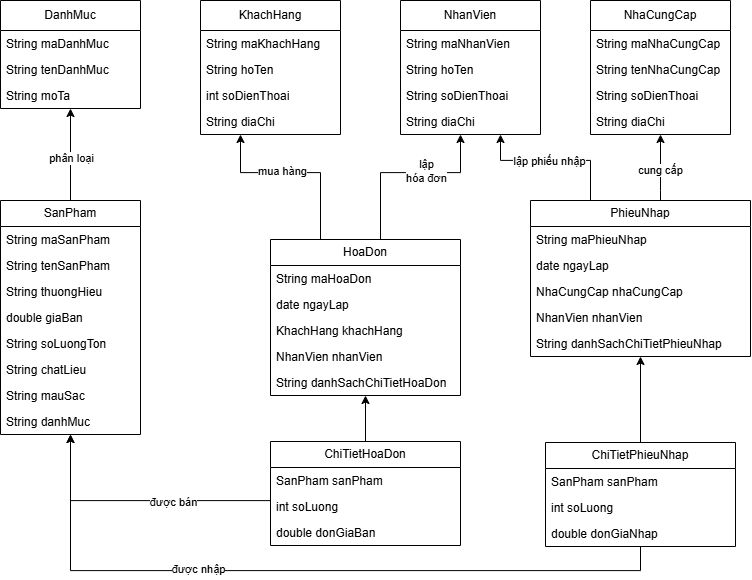
Earlier version of the draw.io export images/class-diagram.png (Mut2407/oop-k22-26). Source tidied: cells renumbered, new cells last; positions are measured from the earlier drawing's top-left corner, leaving out a move shared by most shapes.
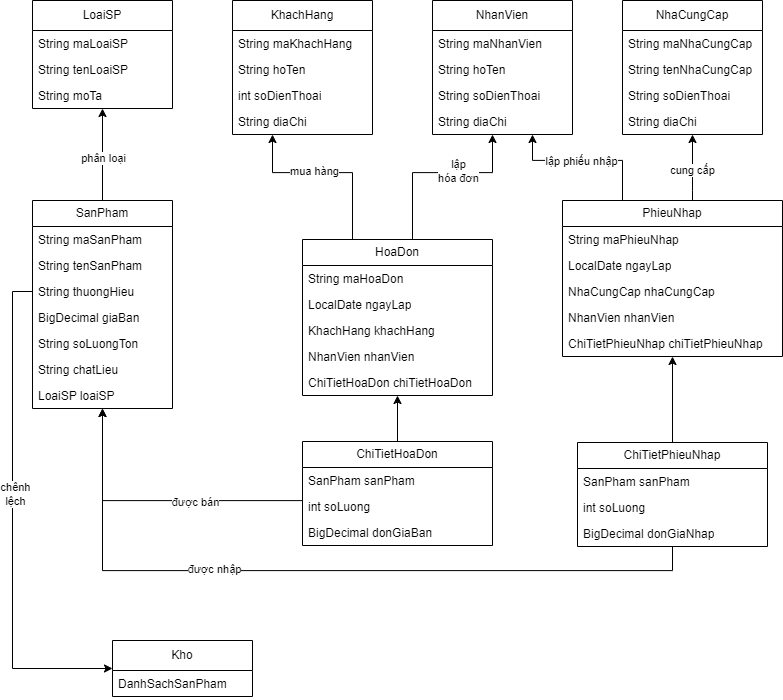
The same diagram one commit later.

What changed in the source:
```diff
@@ -11,7 +11,7 @@
       </mxGeometry>
     </mxCell>
     <mxCell id="4" value="SanPham" style="swimlane;fontStyle=0;horizontal=1;startSize=26;fillColor=none;whiteSpace=wrap;html=1;" parent="1" vertex="1">
-      <mxGeometry y="200" width="140" height="234" as="geometry" />
+      <mxGeometry y="200" width="140" height="208" as="geometry" />
     </mxCell>
     <mxCell id="5" value="String maSanPham" style="text;strokeColor=none;fillColor=none;align=left;verticalAlign=top;spacingLeft=4;spacingRight=4;overflow=hidden;whiteSpace=wrap;html=1;" parent="4" vertex="1">
       <mxGeometry y="26" width="140" height="26" as="geometry" />
@@ -22,7 +22,7 @@
     <mxCell id="7" value="String thuongHieu" style="text;strokeColor=none;fillColor=none;align=left;verticalAlign=top;spacingLeft=4;spacingRight=4;overflow=hidden;points=[[0,0.5],[1,0.5]];portConstraint=eastwest;whiteSpace=wrap;html=1;" parent="4" vertex="1">
       <mxGeometry y="78" width="140" height="26" as="geometry" />
     </mxCell>
-    <mxCell id="8" value="double giaBan" style="text;strokeColor=none;fillColor=none;align=left;verticalAlign=top;spacingLeft=4;spacingRight=4;overflow=hidden;whiteSpace=wrap;html=1;" parent="4" vertex="1">
+    <mxCell id="8" value="BigDecimal giaBan" style="text;strokeColor=none;fillColor=none;align=left;verticalAlign=top;spacingLeft=4;spacingRight=4;overflow=hidden;whiteSpace=wrap;html=1;" parent="4" vertex="1">
       <mxGeometry y="104" width="140" height="26" as="geometry" />
     </mxCell>
     <mxCell id="9" value="String soLuongTon" style="text;strokeColor=none;fillColor=none;align=left;verticalAlign=top;spacingLeft=4;spacingRight=4;overflow=hidden;whiteSpace=wrap;html=1;" parent="4" vertex="1">
@@ -31,19 +31,16 @@
     <mxCell id="10" value="String chatLieu" style="text;strokeColor=none;fillColor=none;align=left;verticalAlign=top;spacingLeft=4;spacingRight=4;overflow=hidden;whiteSpace=wrap;html=1;" parent="4" vertex="1">
       <mxGeometry y="156" width="140" height="26" as="geometry" />
     </mxCell>
-    <mxCell id="11" value="String mauSac" style="text;strokeColor=none;fillColor=none;align=left;verticalAlign=top;spacingLeft=4;spacingRight=4;overflow=hidden;whiteSpace=wrap;html=1;" parent="4" vertex="1">
-      <mxGeometry y="182" width="140" height="26" as="geometry" />
-    </mxCell>
-    <mxCell id="12" value="String danhMuc" style="text;strokeColor=none;fillColor=none;align=left;verticalAlign=top;spacingLeft=4;spacingRight=4;overflow=hidden;whiteSpace=wrap;html=1;" parent="4" vertex="1">
-      <mxGeometry y="208" width="140" height="26" as="geometry" />
+    <mxCell id="12" value="LoaiSP loaiSP" style="text;strokeColor=none;fillColor=none;align=left;verticalAlign=top;spacingLeft=4;spacingRight=4;overflow=hidden;whiteSpace=wrap;html=1;" parent="4" vertex="1">
+      <mxGeometry y="182" width="140" height="26" as="geometry" />
     </mxCell>
-    <mxCell id="13" value="DanhMuc" style="swimlane;fontStyle=0;horizontal=1;startSize=30;fillColor=none;whiteSpace=wrap;html=1;" parent="1" vertex="1">
+    <mxCell id="13" value="LoaiSP" style="swimlane;fontStyle=0;horizontal=1;startSize=30;fillColor=none;whiteSpace=wrap;html=1;" parent="1" vertex="1">
       <mxGeometry width="140" height="108" as="geometry" />
     </mxCell>
-    <mxCell id="14" value="String maDanhMuc" style="text;strokeColor=none;fillColor=none;align=left;verticalAlign=top;spacingLeft=4;spacingRight=4;overflow=hidden;whiteSpace=wrap;html=1;" parent="13" vertex="1">
+    <mxCell id="14" value="String maLoaiSP" style="text;strokeColor=none;fillColor=none;align=left;verticalAlign=top;spacingLeft=4;spacingRight=4;overflow=hidden;whiteSpace=wrap;html=1;" parent="13" vertex="1">
       <mxGeometry y="30" width="140" height="26" as="geometry" />
     </mxCell>
-    <mxCell id="15" value="String tenDanhMuc" style="text;strokeColor=none;fillColor=none;align=left;verticalAlign=top;spacingLeft=4;spacingRight=4;overflow=hidden;whiteSpace=wrap;html=1;" parent="13" vertex="1">
+    <mxCell id="15" value="String tenLoaiSP" style="text;strokeColor=none;fillColor=none;align=left;verticalAlign=top;spacingLeft=4;spacingRight=4;overflow=hidden;whiteSpace=wrap;html=1;" parent="13" vertex="1">
       <mxGeometry y="56" width="140" height="26" as="geometry" />
     </mxCell>
     <mxCell id="16" value="String moTa" style="text;strokeColor=none;fillColor=none;align=left;verticalAlign=top;spacingLeft=4;spacingRight=4;overflow=hidden;whiteSpace=wrap;html=1;" parent="13" vertex="1">
@@ -124,7 +121,7 @@
     <mxCell id="37" value="String maHoaDon" style="text;strokeColor=none;fillColor=none;align=left;verticalAlign=top;spacingLeft=4;spacingRight=4;overflow=hidden;whiteSpace=wrap;html=1;" parent="36" vertex="1">
       <mxGeometry y="26" width="190" height="26" as="geometry" />
     </mxCell>
-    <mxCell id="38" value="date ngayLap" style="text;strokeColor=none;fillColor=none;align=left;verticalAlign=top;spacingLeft=4;spacingRight=4;overflow=hidden;whiteSpace=wrap;html=1;" parent="36" vertex="1">
+    <mxCell id="38" value="LocalDate ngayLap" style="text;strokeColor=none;fillColor=none;align=left;verticalAlign=top;spacingLeft=4;spacingRight=4;overflow=hidden;whiteSpace=wrap;html=1;" parent="36" vertex="1">
       <mxGeometry y="52" width="190" height="26" as="geometry" />
     </mxCell>
     <mxCell id="39" value="KhachHang khachHang" style="text;strokeColor=none;fillColor=none;align=left;verticalAlign=top;spacingLeft=4;spacingRight=4;overflow=hidden;whiteSpace=wrap;html=1;" parent="36" vertex="1">
@@ -133,7 +130,7 @@
     <mxCell id="40" value="NhanVien nhanVien" style="text;strokeColor=none;fillColor=none;align=left;verticalAlign=top;spacingLeft=4;spacingRight=4;overflow=hidden;whiteSpace=wrap;html=1;" parent="36" vertex="1">
       <mxGeometry y="104" width="190" height="26" as="geometry" />
     </mxCell>
-    <mxCell id="41" value="String danhSachChiTietHoaDon" style="text;strokeColor=none;fillColor=none;align=left;verticalAlign=top;spacingLeft=4;spacingRight=4;overflow=hidden;whiteSpace=wrap;html=1;" parent="36" vertex="1">
+    <mxCell id="41" value="ChiTietHoaDon chiTietHoaDon" style="text;strokeColor=none;fillColor=none;align=left;verticalAlign=top;spacingLeft=4;spacingRight=4;overflow=hidden;whiteSpace=wrap;html=1;" parent="36" vertex="1">
       <mxGeometry y="130" width="190" height="26" as="geometry" />
     </mxCell>
     <mxCell id="42" style="edgeStyle=orthogonalEdgeStyle;rounded=0;jettySize=auto;html=1;" parent="1" edge="1" source="45" target="36">
@@ -158,7 +155,7 @@
     <mxCell id="47" value="int soLuong" style="text;strokeColor=none;fillColor=none;align=left;verticalAlign=top;spacingLeft=4;spacingRight=4;overflow=hidden;whiteSpace=wrap;html=1;" parent="45" vertex="1">
       <mxGeometry y="52" width="190" height="26" as="geometry" />
     </mxCell>
-    <mxCell id="48" value="double donGiaBan" style="text;strokeColor=none;fillColor=none;align=left;verticalAlign=top;spacingLeft=4;spacingRight=4;overflow=hidden;whiteSpace=wrap;html=1;" parent="45" vertex="1">
+    <mxCell id="48" value="BigDecimal donGiaBan" style="text;strokeColor=none;fillColor=none;align=left;verticalAlign=top;spacingLeft=4;spacingRight=4;overflow=hidden;whiteSpace=wrap;html=1;" parent="45" vertex="1">
       <mxGeometry y="78" width="190" height="26" as="geometry" />
     </mxCell>
     <mxCell id="49" style="edgeStyle=orthogonalEdgeStyle;rounded=0;jettySize=auto;html=1;" parent="1" edge="1" source="53" target="27">
@@ -189,7 +186,7 @@
     <mxCell id="54" value="String maPhieuNhap" style="text;strokeColor=none;fillColor=none;align=left;verticalAlign=top;spacingLeft=4;spacingRight=4;overflow=hidden;whiteSpace=wrap;html=1;" parent="53" vertex="1">
       <mxGeometry y="26" width="220" height="26" as="geometry" />
     </mxCell>
-    <mxCell id="55" value="date ngayLap" style="text;strokeColor=none;fillColor=none;align=left;verticalAlign=top;spacingLeft=4;spacingRight=4;overflow=hidden;whiteSpace=wrap;html=1;" parent="53" vertex="1">
+    <mxCell id="55" value="LocalDate ngayLap" style="text;strokeColor=none;fillColor=none;align=left;verticalAlign=top;spacingLeft=4;spacingRight=4;overflow=hidden;whiteSpace=wrap;html=1;" parent="53" vertex="1">
       <mxGeometry y="52" width="220" height="26" as="geometry" />
     </mxCell>
     <mxCell id="56" value="NhaCungCap nhaCungCap" style="text;strokeColor=none;fillColor=none;align=left;verticalAlign=top;spacingLeft=4;spacingRight=4;overflow=hidden;whiteSpace=wrap;html=1;" parent="53" vertex="1">
@@ -198,7 +195,7 @@
     <mxCell id="57" value="NhanVien nhanVien" style="text;strokeColor=none;fillColor=none;align=left;verticalAlign=top;spacingLeft=4;spacingRight=4;overflow=hidden;whiteSpace=wrap;html=1;" parent="53" vertex="1">
       <mxGeometry y="104" width="220" height="26" as="geometry" />
     </mxCell>
-    <mxCell id="58" value="String danhSachChiTietPhieuNhap" style="text;strokeColor=none;fillColor=none;align=left;verticalAlign=top;spacingLeft=4;spacingRight=4;overflow=hidden;whiteSpace=wrap;html=1;" parent="53" vertex="1">
+    <mxCell id="58" value="ChiTietPhieuNhap chiTietPhieuNhap" style="text;strokeColor=none;fillColor=none;align=left;verticalAlign=top;spacingLeft=4;spacingRight=4;overflow=hidden;whiteSpace=wrap;html=1;" parent="53" vertex="1">
       <mxGeometry y="130" width="220" height="26" as="geometry" />
     </mxCell>
     <mxCell id="59" style="edgeStyle=orthogonalEdgeStyle;rounded=0;jettySize=auto;html=1;" parent="1" edge="1" source="60" target="53">
@@ -213,7 +210,7 @@
     <mxCell id="62" value="int soLuong" style="text;strokeColor=none;fillColor=none;align=left;verticalAlign=top;spacingLeft=4;spacingRight=4;overflow=hidden;whiteSpace=wrap;html=1;" parent="60" vertex="1">
       <mxGeometry y="52" width="190" height="26" as="geometry" />
     </mxCell>
-    <mxCell id="63" value="double donGiaNhap" style="text;strokeColor=none;fillColor=none;align=left;verticalAlign=top;spacingLeft=4;spacingRight=4;overflow=hidden;whiteSpace=wrap;html=1;" parent="60" vertex="1">
+    <mxCell id="63" value="BigDecimal donGiaNhap" style="text;strokeColor=none;fillColor=none;align=left;verticalAlign=top;spacingLeft=4;spacingRight=4;overflow=hidden;whiteSpace=wrap;html=1;" parent="60" vertex="1">
       <mxGeometry y="78" width="190" height="26" as="geometry" />
     </mxCell>
     <mxCell id="64" style="edgeStyle=orthogonalEdgeStyle;rounded=0;jettySize=auto;html=1;" parent="1" edge="1" source="60" target="4">
@@ -229,5 +226,22 @@
         <mxPoint x="1" as="offset" />
       </mxGeometry>
     </mxCell>
+    <mxCell id="66" value="Kho" style="swimlane;fontStyle=0;horizontal=1;startSize=30;fillColor=none;whiteSpace=wrap;html=1;" parent="1" vertex="1">
+      <mxGeometry x="80" y="640" width="140" height="56" as="geometry" />
+    </mxCell>
+    <mxCell id="67" value="DanhSachSanPham" style="text;strokeColor=none;fillColor=none;align=left;verticalAlign=top;spacingLeft=4;spacingRight=4;overflow=hidden;whiteSpace=wrap;html=1;" parent="66" vertex="1">
+      <mxGeometry y="30" width="140" height="26" as="geometry" />
+    </mxCell>
+    <mxCell id="68" style="edgeStyle=orthogonalEdgeStyle;rounded=0;jettySize=auto;html=1;" parent="1" edge="1" source="7" target="66">
+      <mxGeometry relative="1" as="geometry">
+        <Array as="points">
+          <mxPoint x="-20" y="291" />
+          <mxPoint x="-20" y="668" />
+        </Array>
+      </mxGeometry>
+    </mxCell>
+    <mxCell id="69" value="chênh&lt;div&gt;lệch&lt;/div&gt;" style="edgeLabel;html=1;align=center;verticalAlign=middle;" parent="68" vertex="1">
+      <mxGeometry x="-0.1" y="2" relative="1" as="geometry" />
+    </mxCell>
   </root>
 </mxGraphModel>
```
